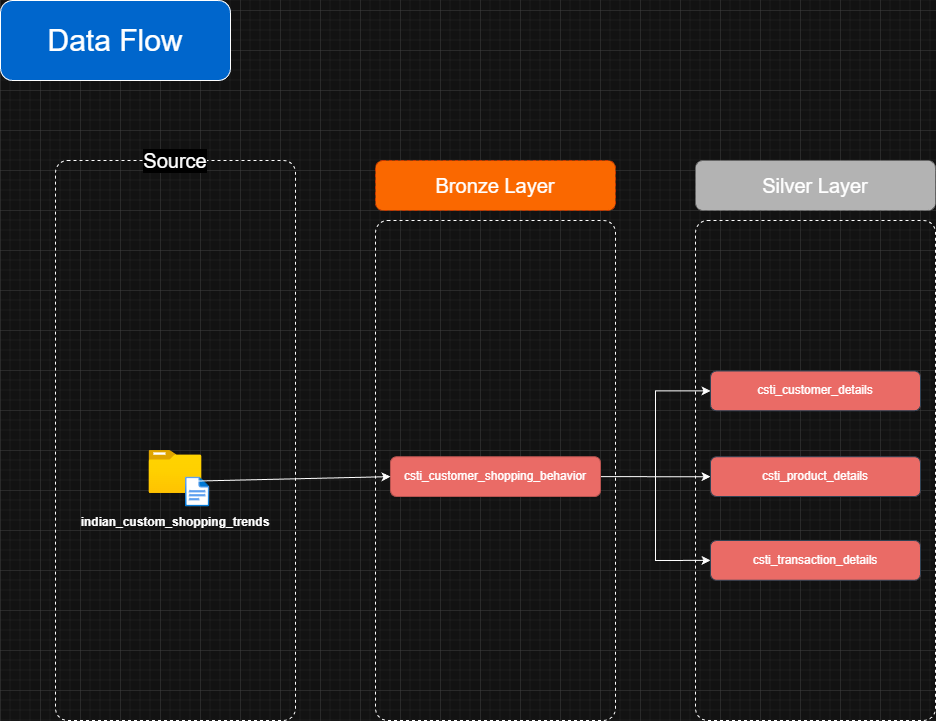
The draw.io diagram docs/data_flow.png in manish2120/sql-customer-shopping-trends-in-india-dwh-and-eda, before a commit. Source tidied: cells renumbered, new cells last; positions are measured from the earlier drawing's top-left corner, leaving out a move shared by most shapes.
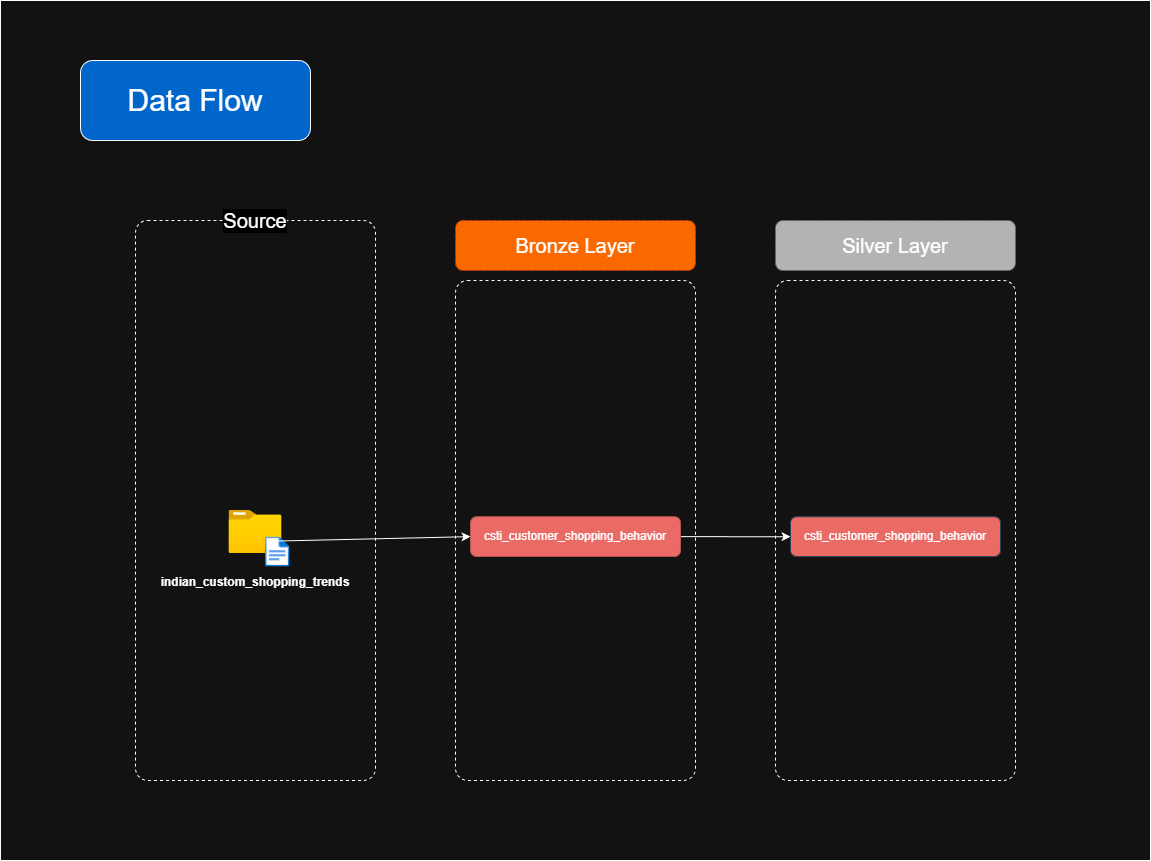
Later version of the same file.

Commit message:
diagram: update data flow

The edit, as a diff of the source:
```diff
@@ -2,6 +2,9 @@
   <root>
     <mxCell id="0" />
     <mxCell id="1" parent="0" />
+    <mxCell id="25" style="rounded=0;whiteSpace=wrap;html=1;fillColor=none;" parent="1" vertex="1">
+      <mxGeometry x="-80" y="-60" width="1150" height="860" as="geometry" />
+    </mxCell>
     <mxCell id="2" style="group;fillColor=none;" parent="1" vertex="1">
       <mxGeometry width="935" height="720" as="geometry" />
     </mxCell>
@@ -38,36 +41,24 @@
     <mxCell id="13" value="Silver Layer" style="text;html=1;whiteSpace=wrap;strokeColor=none;fillColor=none;align=center;verticalAlign=middle;rounded=0;fontSize=20;" parent="3" vertex="1">
       <mxGeometry x="695" y="25" width="130" height="40" as="geometry" />
     </mxCell>
-    <mxCell id="14" style="edgeStyle=orthogonalEdgeStyle;rounded=0;jettySize=auto;html=1;exitX=1;exitY=0.5;exitDx=0;exitDy=0;entryX=0;entryY=0.5;entryDx=0;entryDy=0;" parent="3" edge="1" source="17" target="18">
-      <mxGeometry relative="1" as="geometry" />
-    </mxCell>
     <mxCell id="15" style="edgeStyle=orthogonalEdgeStyle;rounded=0;jettySize=auto;html=1;exitX=1;exitY=0.5;exitDx=0;exitDy=0;" parent="3" edge="1" source="17" target="19">
       <mxGeometry relative="1" as="geometry" />
     </mxCell>
-    <mxCell id="16" style="edgeStyle=orthogonalEdgeStyle;rounded=0;jettySize=auto;html=1;exitX=1;exitY=0.5;exitDx=0;exitDy=0;entryX=0;entryY=0.5;entryDx=0;entryDy=0;" parent="3" edge="1" source="17" target="20">
-      <mxGeometry relative="1" as="geometry" />
-    </mxCell>
     <mxCell id="17" value="csti_customer_shopping_behavior" style="rounded=1;whiteSpace=wrap;html=1;labelBackgroundColor=none;fillColor=#EA6B66;strokeColor=#b85450;gradientColor=none;" parent="3" vertex="1">
       <mxGeometry x="335" y="316.2" width="210" height="39.8" as="geometry" />
     </mxCell>
-    <mxCell id="18" value="csti_customer_details" style="rounded=1;whiteSpace=wrap;html=1;labelBackgroundColor=none;fillColor=#EA6B66;fontColor=#ffffff;strokeColor=#314354;gradientColor=none;" parent="3" vertex="1">
-      <mxGeometry x="655" y="230.5" width="210" height="39.8" as="geometry" />
-    </mxCell>
-    <mxCell id="19" value="csti_product_details" style="rounded=1;whiteSpace=wrap;html=1;labelBackgroundColor=none;fillColor=#EA6B66;fontColor=#ffffff;strokeColor=#314354;gradientColor=none;" parent="3" vertex="1">
+    <mxCell id="19" value="&lt;span style=&quot;color: rgb(255, 255, 255);&quot;&gt;csti_customer_shopping_behavior&lt;/span&gt;" style="rounded=1;whiteSpace=wrap;html=1;labelBackgroundColor=none;fillColor=#EA6B66;fontColor=#ffffff;strokeColor=#314354;gradientColor=none;" parent="3" vertex="1">
       <mxGeometry x="655" y="316.2" width="210" height="39.8" as="geometry" />
     </mxCell>
-    <mxCell id="20" value="csti_transaction_details" style="rounded=1;whiteSpace=wrap;html=1;labelBackgroundColor=none;fillColor=#EA6B66;fontColor=#ffffff;strokeColor=#314354;gradientColor=none;" parent="3" vertex="1">
-      <mxGeometry x="655" y="400" width="210" height="39.8" as="geometry" />
-    </mxCell>
     <mxCell id="21" style="edgeStyle=orthogonalEdgeStyle;rounded=0;orthogonalLoop=1;jettySize=auto;html=1;exitX=0.5;exitY=1;exitDx=0;exitDy=0;" parent="3" edge="1" source="19" target="19">
       <mxGeometry relative="1" as="geometry" />
     </mxCell>
+    <mxCell id="23" style="endArrow=classic;html=1;rounded=0;entryX=0;entryY=0.5;entryDx=0;entryDy=0;exitX=0.37;exitY=0.137;exitDx=0;exitDy=0;exitPerimeter=0;" parent="3" edge="1" source="7" target="17">
+      <mxGeometry relative="1" as="geometry" />
+    </mxCell>
     <mxCell id="22" value="&lt;b&gt;indian_custom_shopping_trends&lt;/b&gt;" style="text;html=1;whiteSpace=wrap;strokeColor=none;fillColor=none;align=center;verticalAlign=middle;rounded=0;" parent="3" vertex="1">
       <mxGeometry x="20" y="366.5" width="200" height="30" as="geometry" />
     </mxCell>
-    <mxCell id="23" style="endArrow=classic;html=1;rounded=0;entryX=0;entryY=0.5;entryDx=0;entryDy=0;exitX=0.37;exitY=0.137;exitDx=0;exitDy=0;exitPerimeter=0;" parent="3" edge="1" source="7" target="17">
-      <mxGeometry relative="1" as="geometry" />
-    </mxCell>
     <mxCell id="24" value="&lt;font style=&quot;font-size: 30px;&quot;&gt;Data Flow&lt;/font&gt;" style="rounded=1;whiteSpace=wrap;html=1;fillColor=#0066CC;" parent="1" vertex="1">
       <mxGeometry width="230" height="80" as="geometry" />
     </mxCell>
```
